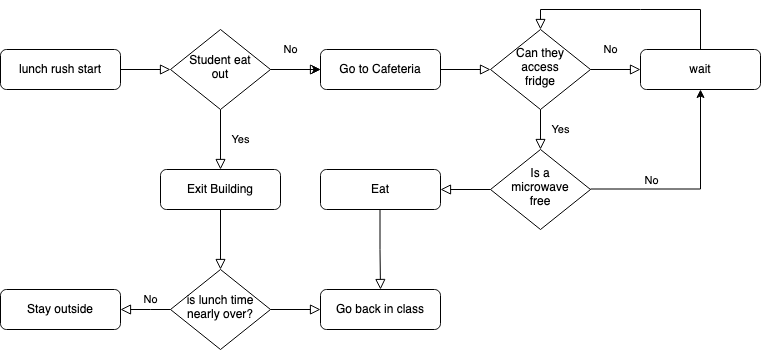
The draw.io diagram docs/img/LunchRush.png in Louis-de-Lavenne-de-Choulot/ALGOSUP_2022_Project_4_F, before a commit. Source tidied: cells renumbered, new cells last; positions are measured from the earlier drawing's top-left corner, leaving out a move shared by most shapes. The source it was exported from:
```xml
<mxGraphModel>
  <root>
    <mxCell id="0" />
    <mxCell id="1" parent="0" />
    <mxCell id="2" style="rounded=0;html=1;jettySize=auto;fontSize=11;endArrow=block;endFill=0;endSize=8;strokeWidth=1;shadow=0;labelBackgroundColor=none;edgeStyle=orthogonalEdgeStyle;exitX=1;exitY=0.5;exitDx=0;exitDy=0;entryX=0;entryY=0.5;entryDx=0;entryDy=0;" parent="1" edge="1" source="3" target="7">
      <mxGeometry relative="1" as="geometry" />
    </mxCell>
    <mxCell id="3" value="lunch rush start" style="rounded=1;whiteSpace=wrap;html=1;fontSize=12;glass=0;strokeWidth=1;shadow=0;" parent="1" vertex="1">
      <mxGeometry y="40" width="120" height="40" as="geometry" />
    </mxCell>
    <mxCell id="4" value="No" style="rounded=0;html=1;jettySize=auto;fontSize=11;endArrow=block;endFill=0;endSize=8;strokeWidth=1;shadow=0;labelBackgroundColor=none;edgeStyle=orthogonalEdgeStyle;entryX=0;entryY=0.5;entryDx=0;entryDy=0;exitX=1;exitY=0.5;exitDx=0;exitDy=0;" parent="1" edge="1" source="7" target="9">
      <mxGeometry x="-0.2" y="20" relative="1" as="geometry" />
    </mxCell>
    <mxCell id="5" value="&lt;div&gt;Yes&lt;br&gt;&lt;/div&gt;" style="edgeStyle=orthogonalEdgeStyle;rounded=0;html=1;jettySize=auto;fontSize=11;endArrow=block;endFill=0;endSize=8;strokeWidth=1;shadow=0;labelBackgroundColor=none;exitX=0.5;exitY=1;exitDx=0;exitDy=0;entryX=0.5;entryY=0;entryDx=0;entryDy=0;" parent="1" edge="1" source="7" target="8">
      <mxGeometry y="20" relative="1" as="geometry" />
    </mxCell>
    <mxCell id="6" style="edgeStyle=orthogonalEdgeStyle;rounded=0;jettySize=auto;html=1;" parent="1" edge="1" source="7" target="9">
      <mxGeometry relative="1" as="geometry" />
    </mxCell>
    <mxCell id="7" value="&lt;div&gt;Student eat&lt;/div&gt;&lt;div&gt;out&lt;/div&gt;" style="rhombus;whiteSpace=wrap;html=1;shadow=0;fontFamily=Helvetica;fontSize=12;align=center;strokeWidth=1;spacing=6;spacingTop=-4;" parent="1" vertex="1">
      <mxGeometry x="170" y="20" width="100" height="80" as="geometry" />
    </mxCell>
    <mxCell id="8" value="Exit Building" style="rounded=1;whiteSpace=wrap;html=1;fontSize=12;glass=0;strokeWidth=1;shadow=0;" parent="1" vertex="1">
      <mxGeometry x="160" y="160" width="120" height="40" as="geometry" />
    </mxCell>
    <mxCell id="9" value="Go to Cafeteria" style="rounded=1;whiteSpace=wrap;html=1;fontSize=12;glass=0;strokeWidth=1;shadow=0;" parent="1" vertex="1">
      <mxGeometry x="320" y="40" width="120" height="40" as="geometry" />
    </mxCell>
    <mxCell id="10" style="rounded=0;html=1;jettySize=auto;fontSize=11;endArrow=block;endFill=0;endSize=8;strokeWidth=1;shadow=0;labelBackgroundColor=none;edgeStyle=orthogonalEdgeStyle;exitX=1;exitY=0.5;exitDx=0;exitDy=0;entryX=0;entryY=0.5;entryDx=0;entryDy=0;" parent="1" edge="1" source="9" target="11">
      <mxGeometry y="20" relative="1" as="geometry" />
    </mxCell>
    <mxCell id="11" value="&lt;div&gt;Can they &lt;br&gt;&lt;/div&gt;&lt;div&gt;access&lt;/div&gt;&lt;div&gt;fridge&lt;br&gt;&lt;/div&gt;" style="rhombus;whiteSpace=wrap;html=1;shadow=0;fontFamily=Helvetica;fontSize=12;align=center;strokeWidth=1;spacing=6;spacingTop=-4;" parent="1" vertex="1">
      <mxGeometry x="490" y="20" width="100" height="80" as="geometry" />
    </mxCell>
    <mxCell id="12" value="No" style="rounded=0;html=1;jettySize=auto;fontSize=11;endArrow=block;endFill=0;endSize=8;strokeWidth=1;shadow=0;labelBackgroundColor=none;edgeStyle=orthogonalEdgeStyle;exitX=1;exitY=0.5;exitDx=0;exitDy=0;" parent="1" edge="1" source="11">
      <mxGeometry x="-0.2" y="20" relative="1" as="geometry">
        <mxPoint x="640" y="60" as="targetPoint" />
        <Array as="points">
          <mxPoint x="630" y="60" />
          <mxPoint x="630" y="60" />
        </Array>
      </mxGeometry>
    </mxCell>
    <mxCell id="13" value="wait" style="rounded=1;whiteSpace=wrap;html=1;fontSize=12;glass=0;strokeWidth=1;shadow=0;" parent="1" vertex="1">
      <mxGeometry x="640" y="40" width="120" height="40" as="geometry" />
    </mxCell>
    <mxCell id="14" style="rounded=0;html=1;jettySize=auto;fontSize=11;endArrow=block;endFill=0;endSize=8;strokeWidth=1;shadow=0;labelBackgroundColor=none;edgeStyle=orthogonalEdgeStyle;" parent="1" edge="1" target="11">
      <mxGeometry y="20" relative="1" as="geometry">
        <mxPoint x="640" as="sourcePoint" />
      </mxGeometry>
    </mxCell>
    <mxCell id="15" style="endArrow=none;html=1;rounded=0;" parent="1" edge="1">
      <mxGeometry relative="1" as="geometry">
        <mxPoint x="700" y="40" as="sourcePoint" />
        <mxPoint x="640" as="targetPoint" />
        <Array as="points">
          <mxPoint x="700" />
        </Array>
      </mxGeometry>
    </mxCell>
    <mxCell id="16" value="Yes" style="rounded=0;html=1;jettySize=auto;orthogonalLoop=1;fontSize=11;endArrow=block;endFill=0;endSize=8;strokeWidth=1;shadow=0;labelBackgroundColor=none;edgeStyle=orthogonalEdgeStyle;exitX=1;exitY=0.5;exitDx=0;exitDy=0;entryX=0.5;entryY=0;entryDx=0;entryDy=0;" parent="1" edge="1">
      <mxGeometry y="20" relative="1" as="geometry">
        <mxPoint x="540" y="100" as="sourcePoint" />
        <mxPoint x="540" y="140" as="targetPoint" />
      </mxGeometry>
    </mxCell>
    <mxCell id="17" value="&lt;div&gt;Is a &lt;br&gt;&lt;/div&gt;&lt;div&gt;microwave &lt;br&gt;&lt;/div&gt;&lt;div&gt;free&lt;/div&gt;" style="rhombus;whiteSpace=wrap;html=1;shadow=0;fontFamily=Helvetica;fontSize=12;align=center;strokeWidth=1;spacing=6;spacingTop=-4;" parent="1" vertex="1">
      <mxGeometry x="490" y="140" width="100" height="80" as="geometry" />
    </mxCell>
    <mxCell id="18" style="edgeStyle=orthogonalEdgeStyle;rounded=0;jettySize=auto;html=1;entryX=0.5;entryY=1;entryDx=0;entryDy=0;" parent="1" edge="1" target="13">
      <mxGeometry relative="1" as="geometry">
        <mxPoint x="590" y="179.5" as="sourcePoint" />
      </mxGeometry>
    </mxCell>
    <mxCell id="19" value="No" style="edgeLabel;html=1;align=center;verticalAlign=middle;" parent="18" vertex="1">
      <mxGeometry x="0.16" y="3" relative="1" as="geometry">
        <mxPoint x="-47" y="3" as="offset" />
      </mxGeometry>
    </mxCell>
    <mxCell id="20" style="rounded=0;html=1;jettySize=auto;fontSize=11;endArrow=block;endFill=0;endSize=8;strokeWidth=1;shadow=0;labelBackgroundColor=none;edgeStyle=orthogonalEdgeStyle;exitX=0;exitY=0.5;exitDx=0;exitDy=0;entryX=1;entryY=0.5;entryDx=0;entryDy=0;" parent="1" edge="1" source="17" target="21">
      <mxGeometry y="20" relative="1" as="geometry" />
    </mxCell>
    <mxCell id="21" value="Eat" style="rounded=1;whiteSpace=wrap;html=1;fontSize=12;glass=0;strokeWidth=1;shadow=0;" parent="1" vertex="1">
      <mxGeometry x="320" y="160" width="120" height="40" as="geometry" />
    </mxCell>
    <mxCell id="22" style="rounded=0;html=1;jettySize=auto;fontSize=11;endArrow=block;endFill=0;endSize=8;strokeWidth=1;shadow=0;labelBackgroundColor=none;edgeStyle=orthogonalEdgeStyle;exitX=0.5;exitY=1;exitDx=0;exitDy=0;entryX=0.5;entryY=0;entryDx=0;entryDy=0;" parent="1" edge="1" source="8" target="23">
      <mxGeometry relative="1" as="geometry" />
    </mxCell>
    <mxCell id="23" value="is lunch time nearly over?" style="rhombus;whiteSpace=wrap;html=1;shadow=0;fontFamily=Helvetica;fontSize=12;align=center;strokeWidth=1;spacing=6;spacingTop=-4;" parent="1" vertex="1">
      <mxGeometry x="170" y="260" width="100" height="80" as="geometry" />
    </mxCell>
    <mxCell id="24" value="No" style="rounded=0;html=1;jettySize=auto;fontSize=11;endArrow=block;endFill=0;endSize=8;strokeWidth=1;shadow=0;labelBackgroundColor=none;edgeStyle=orthogonalEdgeStyle;exitX=0;exitY=0.5;exitDx=0;exitDy=0;" parent="1" edge="1" source="23">
      <mxGeometry x="-0.2" y="-10" relative="1" as="geometry">
        <mxPoint x="120" y="300" as="targetPoint" />
        <Array as="points">
          <mxPoint x="150" y="300" />
          <mxPoint x="150" y="300" />
        </Array>
      </mxGeometry>
    </mxCell>
    <mxCell id="25" value="Stay outside" style="rounded=1;whiteSpace=wrap;html=1;fontSize=12;glass=0;strokeWidth=1;shadow=0;" parent="1" vertex="1">
      <mxGeometry y="280" width="120" height="40" as="geometry" />
    </mxCell>
    <mxCell id="26" value="Go back in class" style="rounded=1;whiteSpace=wrap;html=1;fontSize=12;glass=0;strokeWidth=1;shadow=0;" parent="1" vertex="1">
      <mxGeometry x="320" y="280" width="120" height="40" as="geometry" />
    </mxCell>
    <mxCell id="27" style="rounded=0;html=1;jettySize=auto;fontSize=11;endArrow=block;endFill=0;endSize=8;strokeWidth=1;shadow=0;labelBackgroundColor=none;edgeStyle=orthogonalEdgeStyle;exitX=1;exitY=0.5;exitDx=0;exitDy=0;entryX=0.5;entryY=0;entryDx=0;entryDy=0;" parent="1" edge="1" target="26">
      <mxGeometry y="20" relative="1" as="geometry">
        <mxPoint x="379.5" y="200" as="sourcePoint" />
      </mxGeometry>
    </mxCell>
    <mxCell id="28" style="rounded=0;html=1;jettySize=auto;fontSize=11;endArrow=block;endFill=0;endSize=8;strokeWidth=1;shadow=0;labelBackgroundColor=none;edgeStyle=orthogonalEdgeStyle;exitX=1;exitY=0.5;exitDx=0;exitDy=0;entryX=0;entryY=0.5;entryDx=0;entryDy=0;" parent="1" edge="1" source="23" target="26">
      <mxGeometry relative="1" as="geometry" />
    </mxCell>
  </root>
</mxGraphModel>
```
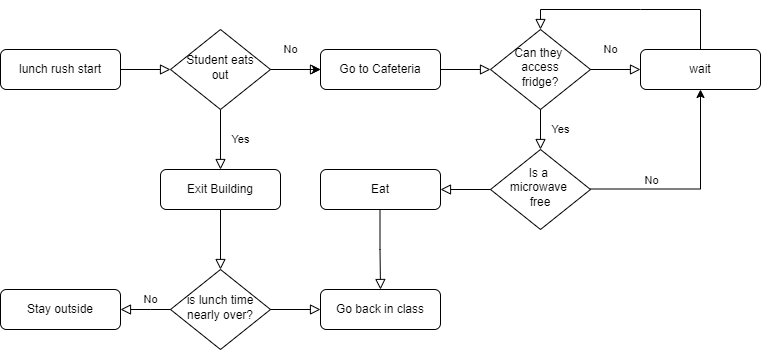
The same diagram one commit later.

Diff of the diagram source:
```diff
@@ -17,7 +17,7 @@
     <mxCell id="6" style="edgeStyle=orthogonalEdgeStyle;rounded=0;jettySize=auto;html=1;" parent="1" edge="1" source="7" target="9">
       <mxGeometry relative="1" as="geometry" />
     </mxCell>
-    <mxCell id="7" value="&lt;div&gt;Student eat&lt;/div&gt;&lt;div&gt;out&lt;/div&gt;" style="rhombus;whiteSpace=wrap;html=1;shadow=0;fontFamily=Helvetica;fontSize=12;align=center;strokeWidth=1;spacing=6;spacingTop=-4;" parent="1" vertex="1">
+    <mxCell id="7" value="&lt;div&gt;Student eats&lt;/div&gt;&lt;div&gt;out&lt;/div&gt;" style="rhombus;whiteSpace=wrap;html=1;shadow=0;fontFamily=Helvetica;fontSize=12;align=center;strokeWidth=1;spacing=6;spacingTop=-4;" parent="1" vertex="1">
       <mxGeometry x="170" y="20" width="100" height="80" as="geometry" />
     </mxCell>
     <mxCell id="8" value="Exit Building" style="rounded=1;whiteSpace=wrap;html=1;fontSize=12;glass=0;strokeWidth=1;shadow=0;" parent="1" vertex="1">
@@ -29,7 +29,7 @@
     <mxCell id="10" style="rounded=0;html=1;jettySize=auto;fontSize=11;endArrow=block;endFill=0;endSize=8;strokeWidth=1;shadow=0;labelBackgroundColor=none;edgeStyle=orthogonalEdgeStyle;exitX=1;exitY=0.5;exitDx=0;exitDy=0;entryX=0;entryY=0.5;entryDx=0;entryDy=0;" parent="1" edge="1" source="9" target="11">
       <mxGeometry y="20" relative="1" as="geometry" />
     </mxCell>
-    <mxCell id="11" value="&lt;div&gt;Can they &lt;br&gt;&lt;/div&gt;&lt;div&gt;access&lt;/div&gt;&lt;div&gt;fridge&lt;br&gt;&lt;/div&gt;" style="rhombus;whiteSpace=wrap;html=1;shadow=0;fontFamily=Helvetica;fontSize=12;align=center;strokeWidth=1;spacing=6;spacingTop=-4;" parent="1" vertex="1">
+    <mxCell id="11" value="&lt;div&gt;Can they &lt;br&gt;&lt;/div&gt;&lt;div&gt;access&lt;/div&gt;&lt;div&gt;fridge?&lt;br&gt;&lt;/div&gt;" style="rhombus;whiteSpace=wrap;html=1;shadow=0;fontFamily=Helvetica;fontSize=12;align=center;strokeWidth=1;spacing=6;spacingTop=-4;" parent="1" vertex="1">
       <mxGeometry x="490" y="20" width="100" height="80" as="geometry" />
     </mxCell>
     <mxCell id="12" value="No" style="rounded=0;html=1;jettySize=auto;fontSize=11;endArrow=block;endFill=0;endSize=8;strokeWidth=1;shadow=0;labelBackgroundColor=none;edgeStyle=orthogonalEdgeStyle;exitX=1;exitY=0.5;exitDx=0;exitDy=0;" parent="1" edge="1" source="11">
```
